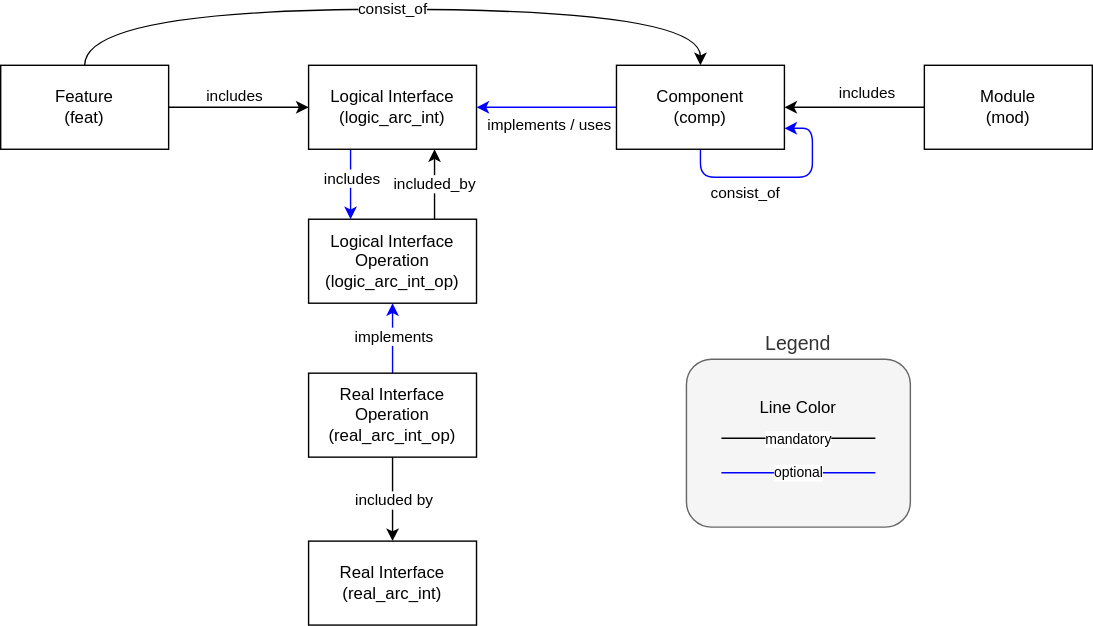
Before: main/_images/metamodel_architectural_design.drawio.svg, a diagram exported from draw.io (PiotrKorkus/reference_integration). Source tidied: cells renumbered, new cells last; positions are measured from the earlier drawing's top-left corner, leaving out a move shared by most shapes. The source it was exported from:
```xml
<mxGraphModel>
  <root>
    <mxCell id="0" />
    <mxCell id="1" parent="0" />
    <mxCell id="2" style="edgeStyle=orthogonalEdgeStyle;rounded=0;jettySize=auto;html=1;" parent="1" edge="1" source="5" target="8">
      <mxGeometry relative="1" as="geometry" />
    </mxCell>
    <mxCell id="3" value="includes" style="edgeLabel;html=1;align=center;verticalAlign=bottom;labelBackgroundColor=default;" parent="2" vertex="1">
      <mxGeometry x="0.3" y="-1" relative="1" as="geometry">
        <mxPoint x="-19" y="-1" as="offset" />
      </mxGeometry>
    </mxCell>
    <mxCell id="4" value="consist_of" style="edgeStyle=orthogonalEdgeStyle;html=1;exitX=0.5;exitY=0;exitDx=0;exitDy=0;entryX=0.5;entryY=0;entryDx=0;entryDy=0;curved=1;" parent="1" edge="1" source="5" target="21">
      <mxGeometry relative="1" as="geometry">
        <Array as="points">
          <mxPoint x="60" />
          <mxPoint x="500" />
        </Array>
      </mxGeometry>
    </mxCell>
    <mxCell id="5" value="Feature&lt;br&gt;(feat)" style="rounded=0;whiteSpace=wrap;html=1;" parent="1" vertex="1">
      <mxGeometry y="40" width="120" height="60" as="geometry" />
    </mxCell>
    <mxCell id="6" style="edgeStyle=orthogonalEdgeStyle;rounded=0;jettySize=auto;html=1;startArrow=none;startFill=0;endArrow=classic;endFill=1;entryX=0.25;entryY=0;entryDx=0;entryDy=0;exitX=0.25;exitY=1;exitDx=0;exitDy=0;strokeColor=#0000FF;" parent="1" edge="1" source="8" target="10">
      <mxGeometry relative="1" as="geometry" />
    </mxCell>
    <mxCell id="7" value="includes" style="edgeLabel;html=1;align=center;verticalAlign=middle;labelBackgroundColor=default;" parent="6" vertex="1">
      <mxGeometry x="-0.03" y="5" relative="1" as="geometry">
        <mxPoint x="-5" y="-4" as="offset" />
      </mxGeometry>
    </mxCell>
    <mxCell id="8" value="Logical Interface&lt;div&gt;(logic_arc_int)&lt;/div&gt;" style="rounded=0;whiteSpace=wrap;html=1;" parent="1" vertex="1">
      <mxGeometry x="220" y="40" width="120" height="60" as="geometry" />
    </mxCell>
    <mxCell id="9" value="included_by" style="edgeStyle=none;html=1;exitX=0.75;exitY=0;exitDx=0;exitDy=0;entryX=0.75;entryY=1;entryDx=0;entryDy=0;" parent="1" edge="1" source="10" target="8">
      <mxGeometry relative="1" as="geometry" />
    </mxCell>
    <mxCell id="10" value="Logical Interface&lt;br&gt;Operation&lt;br&gt;(logic_arc_int_op)" style="rounded=0;whiteSpace=wrap;html=1;" parent="1" vertex="1">
      <mxGeometry x="220" y="150" width="120" height="60" as="geometry" />
    </mxCell>
    <mxCell id="11" style="edgeStyle=orthogonalEdgeStyle;rounded=0;jettySize=auto;html=1;strokeColor=#0000FF;" parent="1" edge="1" source="13" target="10">
      <mxGeometry relative="1" as="geometry" />
    </mxCell>
    <mxCell id="12" value="implements" style="edgeLabel;html=1;align=center;verticalAlign=middle;" parent="11" vertex="1">
      <mxGeometry x="-0.12" y="5" relative="1" as="geometry">
        <mxPoint x="5" y="-5" as="offset" />
      </mxGeometry>
    </mxCell>
    <mxCell id="13" value="Real Interface&lt;br&gt;Operation&lt;div&gt;(real_arc_int_op)&lt;/div&gt;" style="rounded=0;whiteSpace=wrap;html=1;" parent="1" vertex="1">
      <mxGeometry x="220" y="260" width="120" height="60" as="geometry" />
    </mxCell>
    <mxCell id="14" style="edgeStyle=orthogonalEdgeStyle;rounded=0;jettySize=auto;html=1;startArrow=classic;startFill=1;endArrow=none;endFill=0;" parent="1" edge="1" source="16" target="13">
      <mxGeometry relative="1" as="geometry" />
    </mxCell>
    <mxCell id="15" value="included by" style="edgeLabel;html=1;align=center;verticalAlign=middle;" parent="14" vertex="1">
      <mxGeometry x="0.27" y="-2" relative="1" as="geometry">
        <mxPoint x="-2" y="8" as="offset" />
      </mxGeometry>
    </mxCell>
    <mxCell id="16" value="Real Interface&lt;div&gt;(real_arc_int)&lt;/div&gt;" style="rounded=0;whiteSpace=wrap;html=1;" parent="1" vertex="1">
      <mxGeometry x="220" y="380" width="120" height="60" as="geometry" />
    </mxCell>
    <mxCell id="17" style="edgeStyle=orthogonalEdgeStyle;rounded=0;jettySize=auto;html=1;entryX=1;entryY=0.5;entryDx=0;entryDy=0;strokeColor=#0000FF;" parent="1" edge="1" source="21" target="8">
      <mxGeometry relative="1" as="geometry" />
    </mxCell>
    <mxCell id="18" value="implements / uses" style="edgeLabel;html=1;align=center;verticalAlign=top;labelBackgroundColor=none;" parent="17" vertex="1">
      <mxGeometry x="0.08" y="1" relative="1" as="geometry">
        <mxPoint x="5" y="-1" as="offset" />
      </mxGeometry>
    </mxCell>
    <mxCell id="19" style="edgeStyle=orthogonalEdgeStyle;rounded=1;orthogonalLoop=1;jettySize=auto;html=1;exitX=0.5;exitY=1;exitDx=0;exitDy=0;entryX=1;entryY=0.75;entryDx=0;entryDy=0;strokeColor=#0000FF;curved=0;" parent="1" edge="1" source="21" target="21">
      <mxGeometry relative="1" as="geometry" />
    </mxCell>
    <mxCell id="20" value="consist_of" style="edgeLabel;html=1;align=center;verticalAlign=middle;" parent="19" vertex="1">
      <mxGeometry x="-0.11" y="2" relative="1" as="geometry">
        <mxPoint x="-18" y="12" as="offset" />
      </mxGeometry>
    </mxCell>
    <mxCell id="21" value="Component&lt;div&gt;(comp)&lt;/div&gt;" style="rounded=0;whiteSpace=wrap;html=1;" parent="1" vertex="1">
      <mxGeometry x="440" y="40" width="120" height="60" as="geometry" />
    </mxCell>
    <mxCell id="22" style="edgeStyle=orthogonalEdgeStyle;rounded=0;jettySize=auto;html=1;" parent="1" edge="1" source="24" target="21">
      <mxGeometry relative="1" as="geometry" />
    </mxCell>
    <mxCell id="23" value="includes" style="edgeLabel;html=1;align=center;verticalAlign=bottom;" parent="22" vertex="1">
      <mxGeometry x="-0.15" y="-1" relative="1" as="geometry">
        <mxPoint y="-1" as="offset" />
      </mxGeometry>
    </mxCell>
    <mxCell id="24" value="Module&lt;div&gt;(mod)&lt;/div&gt;" style="rounded=0;whiteSpace=wrap;html=1;" parent="1" vertex="1">
      <mxGeometry x="660" y="40" width="120" height="60" as="geometry" />
    </mxCell>
    <mxCell id="25" value="Legend" style="rounded=1;whiteSpace=wrap;html=1;verticalAlign=bottom;labelPosition=center;verticalLabelPosition=top;align=center;fontSize=14;fillColor=#f5f5f5;fontColor=#333333;strokeColor=#666666;" parent="1" vertex="1">
      <mxGeometry x="490" y="250" width="160" height="120" as="geometry" />
    </mxCell>
    <mxCell id="26" value="mandatory" style="endArrow=none;html=1;entryX=0.778;entryY=0.19;entryDx=0;entryDy=0;entryPerimeter=0;fontSize=10;" parent="1" edge="1">
      <mxGeometry relative="1" as="geometry">
        <mxPoint x="515" y="306.5" as="sourcePoint" />
        <mxPoint x="625" y="306.5" as="targetPoint" />
      </mxGeometry>
    </mxCell>
    <mxCell id="27" value="optional" style="endArrow=none;html=1;entryX=0.778;entryY=0.19;entryDx=0;entryDy=0;entryPerimeter=0;strokeColor=#0000FF;fontSize=10;" parent="1" edge="1">
      <mxGeometry relative="1" as="geometry">
        <mxPoint x="515" y="331.1" as="sourcePoint" />
        <mxPoint x="625" y="331.1" as="targetPoint" />
      </mxGeometry>
    </mxCell>
    <mxCell id="28" value="Line Color" style="text;html=1;align=center;verticalAlign=middle;whiteSpace=wrap;rounded=0;fontSize=12;" parent="1" vertex="1">
      <mxGeometry x="540" y="270" width="60" height="30" as="geometry" />
    </mxCell>
  </root>
</mxGraphModel>
```
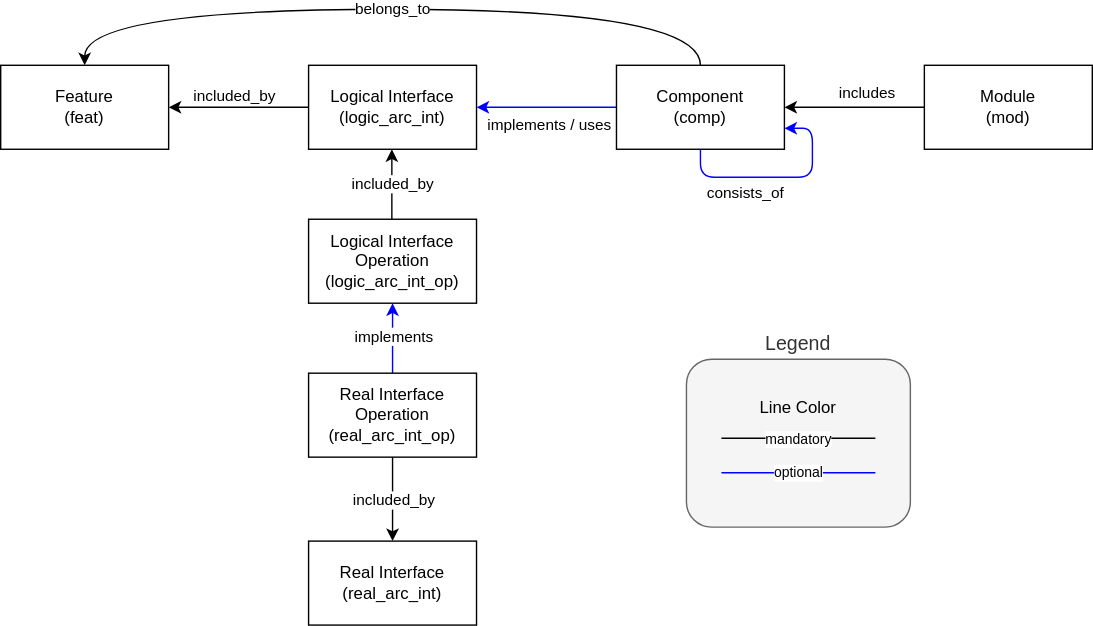
The same file after the commit.

What changed in the source:
```diff
@@ -2,15 +2,15 @@
   <root>
     <mxCell id="0" />
     <mxCell id="1" parent="0" />
-    <mxCell id="2" style="edgeStyle=orthogonalEdgeStyle;rounded=0;jettySize=auto;html=1;" parent="1" edge="1" source="5" target="8">
+    <mxCell id="2" style="edgeStyle=orthogonalEdgeStyle;rounded=0;jettySize=auto;html=1;endArrow=none;endFill=0;startArrow=classic;startFill=1;" parent="1" edge="1" source="5" target="8">
       <mxGeometry relative="1" as="geometry" />
     </mxCell>
-    <mxCell id="3" value="includes" style="edgeLabel;html=1;align=center;verticalAlign=bottom;labelBackgroundColor=default;" parent="2" vertex="1">
+    <mxCell id="3" value="included_by" style="edgeLabel;html=1;align=center;verticalAlign=bottom;labelBackgroundColor=default;" parent="2" vertex="1">
       <mxGeometry x="0.3" y="-1" relative="1" as="geometry">
         <mxPoint x="-19" y="-1" as="offset" />
       </mxGeometry>
     </mxCell>
-    <mxCell id="4" value="consist_of" style="edgeStyle=orthogonalEdgeStyle;html=1;exitX=0.5;exitY=0;exitDx=0;exitDy=0;entryX=0.5;entryY=0;entryDx=0;entryDy=0;curved=1;" parent="1" edge="1" source="5" target="21">
+    <mxCell id="4" value="belongs_to" style="edgeStyle=orthogonalEdgeStyle;html=1;exitX=0.5;exitY=0;exitDx=0;exitDy=0;entryX=0.5;entryY=0;entryDx=0;entryDy=0;curved=1;endArrow=none;endFill=0;startArrow=classic;startFill=1;" parent="1" edge="1" source="5" target="21">
       <mxGeometry relative="1" as="geometry">
         <Array as="points">
           <mxPoint x="60" />
@@ -21,19 +21,14 @@
     <mxCell id="5" value="Feature&lt;br&gt;(feat)" style="rounded=0;whiteSpace=wrap;html=1;" parent="1" vertex="1">
       <mxGeometry y="40" width="120" height="60" as="geometry" />
     </mxCell>
-    <mxCell id="6" style="edgeStyle=orthogonalEdgeStyle;rounded=0;jettySize=auto;html=1;startArrow=none;startFill=0;endArrow=classic;endFill=1;entryX=0.25;entryY=0;entryDx=0;entryDy=0;exitX=0.25;exitY=1;exitDx=0;exitDy=0;strokeColor=#0000FF;" parent="1" edge="1" source="8" target="10">
-      <mxGeometry relative="1" as="geometry" />
-    </mxCell>
-    <mxCell id="7" value="includes" style="edgeLabel;html=1;align=center;verticalAlign=middle;labelBackgroundColor=default;" parent="6" vertex="1">
-      <mxGeometry x="-0.03" y="5" relative="1" as="geometry">
-        <mxPoint x="-5" y="-4" as="offset" />
-      </mxGeometry>
-    </mxCell>
     <mxCell id="8" value="Logical Interface&lt;div&gt;(logic_arc_int)&lt;/div&gt;" style="rounded=0;whiteSpace=wrap;html=1;" parent="1" vertex="1">
       <mxGeometry x="220" y="40" width="120" height="60" as="geometry" />
     </mxCell>
-    <mxCell id="9" value="included_by" style="edgeStyle=none;html=1;exitX=0.75;exitY=0;exitDx=0;exitDy=0;entryX=0.75;entryY=1;entryDx=0;entryDy=0;" parent="1" edge="1" source="10" target="8">
-      <mxGeometry relative="1" as="geometry" />
+    <mxCell id="9" value="included_by" style="edgeStyle=none;html=1;exitX=0.75;exitY=0;exitDx=0;exitDy=0;entryX=0.75;entryY=1;entryDx=0;entryDy=0;" parent="1" edge="1">
+      <mxGeometry relative="1" as="geometry">
+        <mxPoint x="279.5" y="150" as="sourcePoint" />
+        <mxPoint x="279.5" y="100" as="targetPoint" />
+      </mxGeometry>
     </mxCell>
     <mxCell id="10" value="Logical Interface&lt;br&gt;Operation&lt;br&gt;(logic_arc_int_op)" style="rounded=0;whiteSpace=wrap;html=1;" parent="1" vertex="1">
       <mxGeometry x="220" y="150" width="120" height="60" as="geometry" />
@@ -52,7 +47,7 @@
     <mxCell id="14" style="edgeStyle=orthogonalEdgeStyle;rounded=0;jettySize=auto;html=1;startArrow=classic;startFill=1;endArrow=none;endFill=0;" parent="1" edge="1" source="16" target="13">
       <mxGeometry relative="1" as="geometry" />
     </mxCell>
-    <mxCell id="15" value="included by" style="edgeLabel;html=1;align=center;verticalAlign=middle;" parent="14" vertex="1">
+    <mxCell id="15" value="included_by" style="edgeLabel;html=1;align=center;verticalAlign=middle;" parent="14" vertex="1">
       <mxGeometry x="0.27" y="-2" relative="1" as="geometry">
         <mxPoint x="-2" y="8" as="offset" />
       </mxGeometry>
@@ -71,7 +66,7 @@
     <mxCell id="19" style="edgeStyle=orthogonalEdgeStyle;rounded=1;orthogonalLoop=1;jettySize=auto;html=1;exitX=0.5;exitY=1;exitDx=0;exitDy=0;entryX=1;entryY=0.75;entryDx=0;entryDy=0;strokeColor=#0000FF;curved=0;" parent="1" edge="1" source="21" target="21">
       <mxGeometry relative="1" as="geometry" />
     </mxCell>
-    <mxCell id="20" value="consist_of" style="edgeLabel;html=1;align=center;verticalAlign=middle;" parent="19" vertex="1">
+    <mxCell id="20" value="consists_of" style="edgeLabel;html=1;align=center;verticalAlign=middle;" parent="19" vertex="1">
       <mxGeometry x="-0.11" y="2" relative="1" as="geometry">
         <mxPoint x="-18" y="12" as="offset" />
       </mxGeometry>
```
